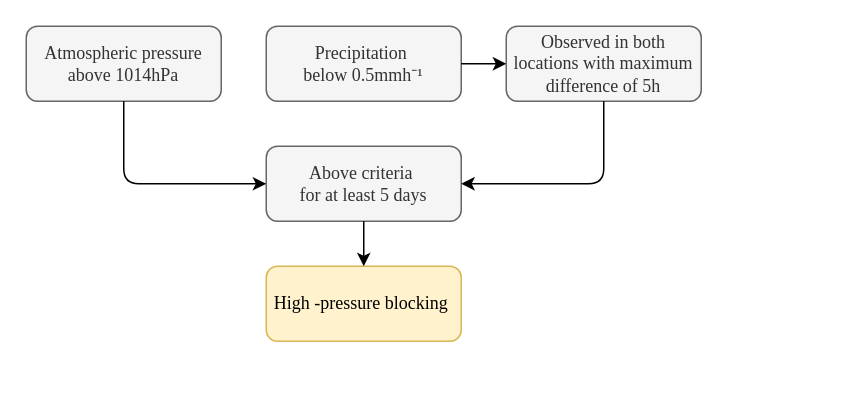
Above: Figures/Graph_BcThesis.drawio in FredrikBergelv/Relation-Between-High-Pressure-Blocking-and-Aerosol-Concentrations-in-Southern-Sweden (draw.io), before the change. Source tidied: cells renumbered, new cells numbered last; positions are measured from the earlier drawing's top-left corner, leaving out a move shared by most shapes. Both pictures are drawn from the tidied source at 150%, with x=0, y=0 at pixel (26, 26).
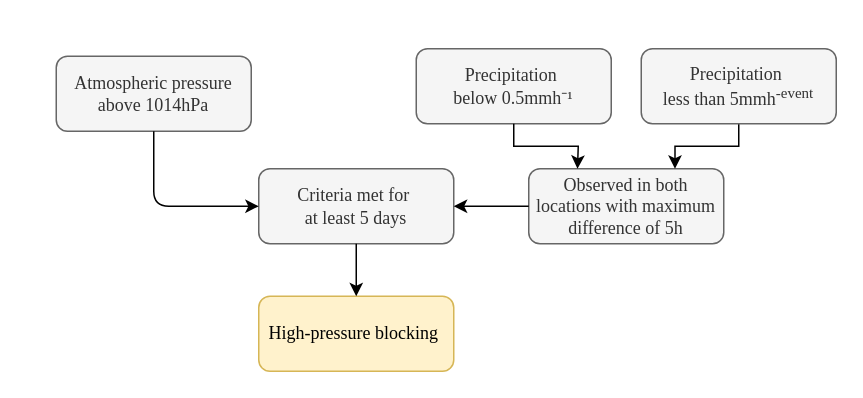
After the change.

The edit, as a diff of the source:
```diff
@@
 <mxGraphModel>
   <root>
     <mxCell id="0" />
     <mxCell id="1" parent="0" />
     <mxCell id="2" value="&lt;font face=&quot;Times New Roman&quot;&gt;Atmospheric pressure above 1014hPa&lt;/font&gt;" style="rounded=1;whiteSpace=wrap;html=1;fillColor=#f5f5f5;fontColor=#333333;strokeColor=#666666;" parent="1" vertex="1">
-      <mxGeometry width="130" height="50" as="geometry" />
+      <mxGeometry x="20" y="20" width="130" height="50" as="geometry" />
     </mxCell>
-    <mxCell id="3" value="&lt;font face=&quot;Times New Roman&quot;&gt;Above criteria&amp;nbsp;&lt;/font&gt;&lt;div&gt;&lt;font face=&quot;Times New Roman&quot;&gt;for at least 5 days&lt;/font&gt;&lt;/div&gt;" style="rounded=1;whiteSpace=wrap;html=1;fillColor=#f5f5f5;fontColor=#333333;strokeColor=#666666;" parent="1" vertex="1">
-      <mxGeometry x="160" y="80" width="130" height="50" as="geometry" />
+    <mxCell id="3" value="&lt;font face=&quot;Times New Roman&quot;&gt;Criteria met&amp;nbsp;&lt;/font&gt;&lt;span style=&quot;font-family: &amp;quot;Times New Roman&amp;quot;; background-color: transparent; color: light-dark(rgb(51, 51, 51), rgb(193, 193, 193));&quot;&gt;for&amp;nbsp;&lt;/span&gt;&lt;div&gt;&lt;span style=&quot;font-family: &amp;quot;Times New Roman&amp;quot;; background-color: transparent; color: light-dark(rgb(51, 51, 51), rgb(193, 193, 193));&quot;&gt;at least 5 days&lt;/span&gt;&lt;/div&gt;" style="rounded=1;whiteSpace=wrap;html=1;fillColor=#f5f5f5;fontColor=#333333;strokeColor=#666666;" parent="1" vertex="1">
+      <mxGeometry x="155" y="95" width="130" height="50" as="geometry" />
     </mxCell>
     <mxCell id="4" value="&lt;font face=&quot;Times New Roman&quot;&gt;Precipitation&amp;nbsp;&lt;/font&gt;&lt;div&gt;&lt;font face=&quot;Times New Roman&quot;&gt;below 0.5mmh⁻¹&lt;/font&gt;&lt;/div&gt;" style="rounded=1;whiteSpace=wrap;html=1;fillColor=#f5f5f5;fontColor=#333333;strokeColor=#666666;" parent="1" vertex="1">
-      <mxGeometry x="160" width="130" height="50" as="geometry" />
+      <mxGeometry x="260" y="15" width="130" height="50" as="geometry" />
     </mxCell>
     <mxCell id="5" value="&lt;font face=&quot;Times New Roman&quot;&gt;Observed in both locations with maximum difference of 5h&lt;/font&gt;" style="rounded=1;whiteSpace=wrap;html=1;fillColor=#f5f5f5;fontColor=#333333;strokeColor=#666666;" parent="1" vertex="1">
-      <mxGeometry x="320" width="130" height="50" as="geometry" />
+      <mxGeometry x="335" y="95" width="130" height="50" as="geometry" />
     </mxCell>
-    <mxCell id="6" value="&lt;font face=&quot;Times New Roman&quot;&gt;High -pressure blocking&amp;nbsp;&lt;/font&gt;" style="rounded=1;whiteSpace=wrap;html=1;fillColor=#fff2cc;strokeColor=#d6b656;" parent="1" vertex="1">
-      <mxGeometry x="160" y="160" width="130" height="50" as="geometry" />
+    <mxCell id="6" value="&lt;font face=&quot;Times New Roman&quot;&gt;High-pressure blocking&amp;nbsp;&lt;/font&gt;" style="rounded=1;whiteSpace=wrap;html=1;fillColor=#fff2cc;strokeColor=#d6b656;" parent="1" vertex="1">
+      <mxGeometry x="155" y="180" width="130" height="50" as="geometry" />
     </mxCell>
     <mxCell id="7" style="endArrow=classic;html=1;rounded=0;exitX=0.5;exitY=1;exitDx=0;exitDy=0;entryX=0.5;entryY=0;entryDx=0;entryDy=0;" parent="1" edge="1" source="3" target="6">
       <mxGeometry relative="1" as="geometry" />
     </mxCell>
-    <mxCell id="8" style="endArrow=classic;html=1;rounded=0;exitX=1;exitY=0.5;exitDx=0;exitDy=0;entryX=0;entryY=0.5;entryDx=0;entryDy=0;" parent="1" edge="1" source="4" target="5">
-      <mxGeometry relative="1" as="geometry" />
+    <mxCell id="8" style="endArrow=classic;html=1;rounded=0;exitX=0.5;exitY=1;exitDx=0;exitDy=0;entryX=0.25;entryY=0;entryDx=0;entryDy=0;" parent="1" edge="1" source="4" target="5">
+      <mxGeometry relative="1" as="geometry">
+        <Array as="points">
+          <mxPoint x="325" y="80" />
+          <mxPoint x="368" y="80" />
+        </Array>
+      </mxGeometry>
     </mxCell>
     <mxCell id="9" style="endArrow=classic;html=1;rounded=1;exitX=0.5;exitY=1;exitDx=0;exitDy=0;entryX=0;entryY=0.5;entryDx=0;entryDy=0;curved=0;" parent="1" edge="1" source="2" target="3">
       <mxGeometry relative="1" as="geometry">
         <Array as="points">
-          <mxPoint x="65" y="105" />
+          <mxPoint x="85" y="120" />
         </Array>
       </mxGeometry>
     </mxCell>
-    <mxCell id="10" style="endArrow=classic;html=1;rounded=1;exitX=0.5;exitY=1;exitDx=0;exitDy=0;entryX=1;entryY=0.5;entryDx=0;entryDy=0;curved=0;" parent="1" edge="1" source="5" target="3">
-      <mxGeometry relative="1" as="geometry">
-        <Array as="points">
-          <mxPoint x="385" y="105" />
-        </Array>
-      </mxGeometry>
+    <mxCell id="10" style="endArrow=classic;html=1;rounded=1;exitX=0;exitY=0.5;exitDx=0;exitDy=0;curved=0;entryX=1;entryY=0.5;entryDx=0;entryDy=0;" parent="1" edge="1" source="5" target="3">
+      <mxGeometry relative="1" as="geometry" />
     </mxCell>
+    <mxCell id="11" style="edgeStyle=orthogonalEdgeStyle;rounded=0;jettySize=auto;html=1;entryX=0.75;entryY=0;entryDx=0;entryDy=0;" parent="1" edge="1" source="12" target="5">
+      <mxGeometry relative="1" as="geometry">
+        <Array as="points">
+          <mxPoint x="475" y="80" />
+          <mxPoint x="432" y="80" />
+        </Array>
+      </mxGeometry>
+    </mxCell>
+    <mxCell id="12" value="&lt;font face=&quot;Times New Roman&quot;&gt;Precipitation&amp;nbsp;&lt;/font&gt;&lt;div&gt;&lt;font face=&quot;Times New Roman&quot;&gt;less than 5mmh&lt;sup&gt;-event&lt;/sup&gt;&lt;/font&gt;&lt;/div&gt;" style="rounded=1;whiteSpace=wrap;html=1;fillColor=#f5f5f5;fontColor=#333333;strokeColor=#666666;" parent="1" vertex="1">
+      <mxGeometry x="410" y="15" width="130" height="50" as="geometry" />
+    </mxCell>
   </root>
 </mxGraphModel>
```
